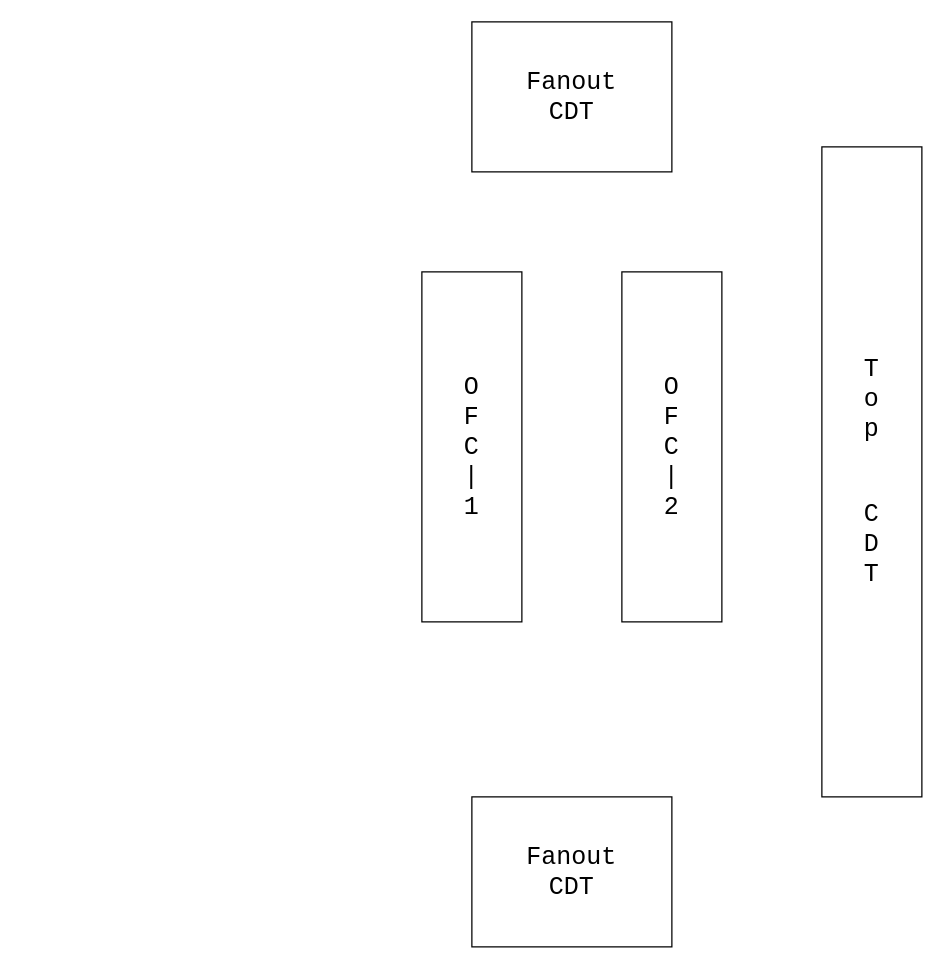
Earlier version of the draw.io diagram DAQ_Trigger_System_View_Diagram.drawio (bai-ytluo/Chicago_Electronics). Source tidied: cells renumbered, new cells numbered last; positions are measured from the earlier drawing's top-left corner, leaving out a move shared by most shapes. Both pictures are drawn from the tidied source at 125%, with x=0, y=0 at pixel (421, 21).
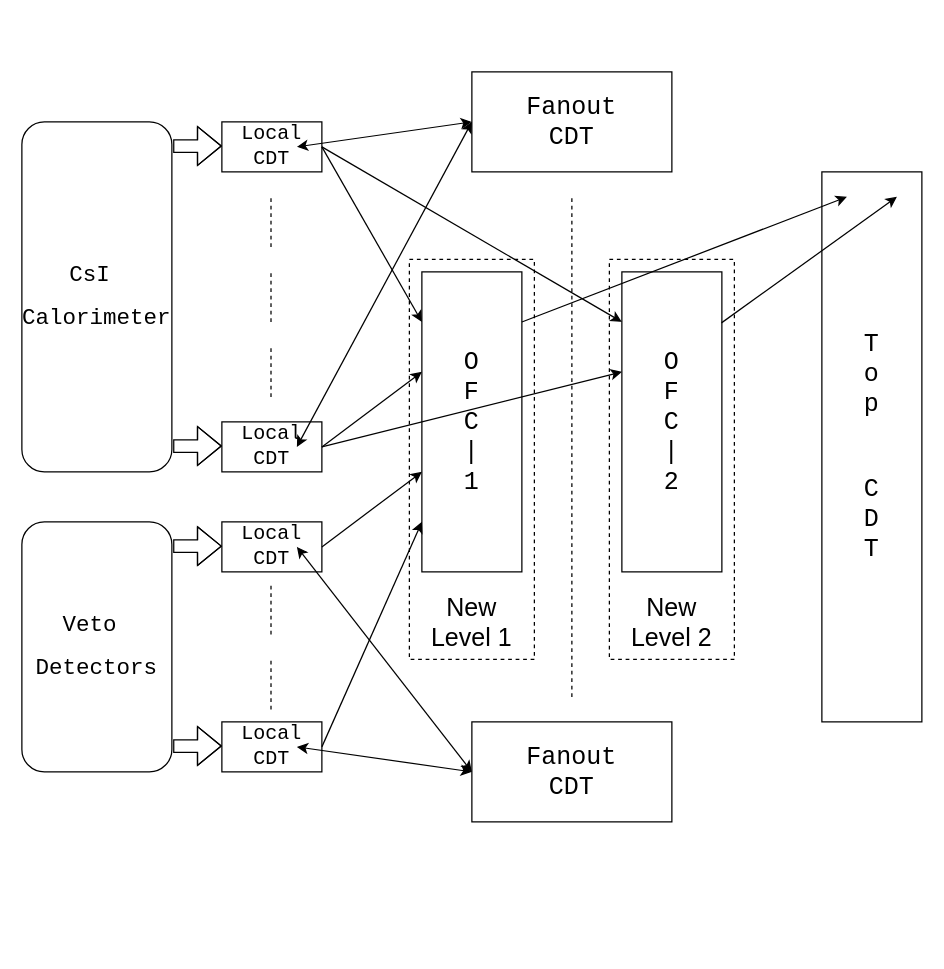
Above is the later version.

Change to the diagram source:
```diff
@@
     <mxCell id="2" value="&lt;pre style=&quot;font-size: 20px&quot;&gt;O&lt;br&gt;F&lt;br&gt;C&lt;br&gt;|&lt;br&gt;1&lt;/pre&gt;" style="rounded=0;whiteSpace=wrap;html=1;" parent="1" vertex="1">
-      <mxGeometry y="200" width="80" height="280" as="geometry" />
+      <mxGeometry y="200" width="80" height="240" as="geometry" />
     </mxCell>
     <mxCell id="3" value="&lt;pre style=&quot;font-size: 20px&quot;&gt;O&lt;br&gt;F&lt;br&gt;C&lt;br&gt;|&lt;br&gt;2&lt;/pre&gt;" style="rounded=0;whiteSpace=wrap;html=1;" parent="1" vertex="1">
-      <mxGeometry x="160" y="200" width="80" height="280" as="geometry" />
+      <mxGeometry x="160" y="200" width="80" height="240" as="geometry" />
     </mxCell>
     <mxCell id="4" value="&lt;pre style=&quot;font-size: 20px&quot;&gt;T&lt;br&gt;o&lt;br&gt;p&lt;/pre&gt;&lt;pre style=&quot;font-size: 20px&quot;&gt;&lt;br&gt;C&lt;br&gt;D&lt;br&gt;T&lt;/pre&gt;" style="rounded=0;whiteSpace=wrap;html=1;" parent="1" vertex="1">
-      <mxGeometry x="320" y="100" width="80" height="520" as="geometry" />
+      <mxGeometry x="320" y="120" width="80" height="440" as="geometry" />
     </mxCell>
     <mxCell id="5" value="&lt;pre style=&quot;font-size: 20px&quot;&gt;Fanout&lt;br&gt;CDT&lt;/pre&gt;" style="rounded=0;whiteSpace=wrap;html=1;" parent="1" vertex="1">
-      <mxGeometry x="40" width="160" height="120" as="geometry" />
+      <mxGeometry x="40" y="40" width="160" height="80" as="geometry" />
     </mxCell>
     <mxCell id="6" value="&lt;pre style=&quot;font-size: 20px&quot;&gt;Fanout&lt;br&gt;CDT&lt;/pre&gt;" style="rounded=0;whiteSpace=wrap;html=1;" parent="1" vertex="1">
-      <mxGeometry x="40" y="620" width="160" height="120" as="geometry" />
+      <mxGeometry x="40" y="560" width="160" height="80" as="geometry" />
     </mxCell>
+    <mxCell id="7" style="edgeStyle=orthogonalEdgeStyle;rounded=0;orthogonalLoop=1;jettySize=auto;html=1;exitX=0.5;exitY=1;exitDx=0;exitDy=0;" parent="1" edge="1" source="4" target="4">
+      <mxGeometry relative="1" as="geometry" />
+    </mxCell>
+    <mxCell id="8" value="&lt;pre style=&quot;font-size: 16px&quot;&gt;Local&lt;br&gt;CDT&lt;/pre&gt;" style="rounded=0;whiteSpace=wrap;html=1;" parent="1" vertex="1">
+      <mxGeometry x="-160" y="80" width="80" height="40" as="geometry" />
+    </mxCell>
+    <mxCell id="9" value="&lt;pre style=&quot;font-size: 16px&quot;&gt;Local&lt;br&gt;CDT&lt;/pre&gt;" style="rounded=0;whiteSpace=wrap;html=1;" parent="1" vertex="1">
+      <mxGeometry x="-160" y="320" width="80" height="40" as="geometry" />
+    </mxCell>
+    <mxCell id="10" value="&lt;pre style=&quot;font-size: 16px&quot;&gt;Local&lt;br&gt;CDT&lt;/pre&gt;" style="rounded=0;whiteSpace=wrap;html=1;" parent="1" vertex="1">
+      <mxGeometry x="-160" y="400" width="80" height="40" as="geometry" />
+    </mxCell>
+    <mxCell id="11" value="&lt;pre style=&quot;font-size: 16px&quot;&gt;Local&lt;br&gt;CDT&lt;/pre&gt;" style="rounded=0;whiteSpace=wrap;html=1;" parent="1" vertex="1">
+      <mxGeometry x="-160" y="560" width="80" height="40" as="geometry" />
+    </mxCell>
+    <mxCell id="12" style="endArrow=none;dashed=1;html=1;" parent="1" edge="1">
+      <mxGeometry relative="1" as="geometry">
+        <mxPoint x="-120.7" y="180" as="sourcePoint" />
+        <mxPoint x="-120.7" y="140" as="targetPoint" />
+      </mxGeometry>
+    </mxCell>
+    <mxCell id="13" style="endArrow=none;dashed=1;html=1;" parent="1" edge="1">
+      <mxGeometry relative="1" as="geometry">
+        <mxPoint x="-120.7" y="300" as="sourcePoint" />
+        <mxPoint x="-120.7" y="260" as="targetPoint" />
+      </mxGeometry>
+    </mxCell>
+    <mxCell id="14" style="endArrow=none;dashed=1;html=1;" parent="1" edge="1">
+      <mxGeometry relative="1" as="geometry">
+        <mxPoint x="-120.7" y="490" as="sourcePoint" />
+        <mxPoint x="-120.7" y="450" as="targetPoint" />
+      </mxGeometry>
+    </mxCell>
+    <mxCell id="15" style="endArrow=none;dashed=1;html=1;" parent="1" edge="1">
+      <mxGeometry relative="1" as="geometry">
+        <mxPoint x="-120.7" y="240" as="sourcePoint" />
+        <mxPoint x="-120.7" y="200" as="targetPoint" />
+      </mxGeometry>
+    </mxCell>
+    <mxCell id="16" style="endArrow=none;dashed=1;html=1;" parent="1" edge="1">
+      <mxGeometry relative="1" as="geometry">
+        <mxPoint x="-120.7" y="550" as="sourcePoint" />
+        <mxPoint x="-120.7" y="510" as="targetPoint" />
+      </mxGeometry>
+    </mxCell>
+    <mxCell id="17" value="&lt;pre&gt;&lt;font style=&quot;font-size: 18px&quot;&gt;CsI &lt;/font&gt;&lt;/pre&gt;&lt;pre&gt;&lt;font style=&quot;font-size: 18px&quot;&gt;Calorimeter&lt;/font&gt;&lt;/pre&gt;" style="rounded=1;whiteSpace=wrap;html=1;" parent="1" vertex="1">
+      <mxGeometry x="-320" y="80" width="120" height="280" as="geometry" />
+    </mxCell>
+    <mxCell id="18" value="&lt;pre&gt;&lt;font style=&quot;font-size: 18px&quot;&gt;Veto &lt;/font&gt;&lt;/pre&gt;&lt;pre&gt;&lt;font style=&quot;font-size: 18px&quot;&gt;Detectors&lt;/font&gt;&lt;/pre&gt;" style="rounded=1;whiteSpace=wrap;html=1;" parent="1" vertex="1">
+      <mxGeometry x="-320" y="400" width="120" height="200" as="geometry" />
+    </mxCell>
+    <mxCell id="19" style="edgeStyle=orthogonalEdgeStyle;rounded=0;orthogonalLoop=1;jettySize=auto;html=1;startArrow=none;startFill=0;endArrow=block;endFill=0;shape=flexArrow;" parent="1" edge="1">
+      <mxGeometry relative="1" as="geometry">
+        <mxPoint x="-199" y="99.3" as="sourcePoint" />
+        <mxPoint x="-160" y="99.3" as="targetPoint" />
+        <Array as="points">
+          <mxPoint x="-180" y="99.3" />
+          <mxPoint x="-180" y="99.3" />
+        </Array>
+      </mxGeometry>
+    </mxCell>
+    <mxCell id="20" style="edgeStyle=orthogonalEdgeStyle;rounded=0;orthogonalLoop=1;jettySize=auto;html=1;startArrow=none;startFill=0;endArrow=block;endFill=0;shape=flexArrow;" parent="1" edge="1">
+      <mxGeometry relative="1" as="geometry">
+        <mxPoint x="-199" y="339.3" as="sourcePoint" />
+        <mxPoint x="-160" y="339.3" as="targetPoint" />
+        <Array as="points">
+          <mxPoint x="-180" y="339.3" />
+          <mxPoint x="-180" y="339.3" />
+        </Array>
+      </mxGeometry>
+    </mxCell>
+    <mxCell id="21" style="edgeStyle=orthogonalEdgeStyle;rounded=0;orthogonalLoop=1;jettySize=auto;html=1;startArrow=none;startFill=0;endArrow=block;endFill=0;shape=flexArrow;" parent="1" edge="1">
+      <mxGeometry relative="1" as="geometry">
+        <mxPoint x="-199" y="419.4" as="sourcePoint" />
+        <mxPoint x="-160" y="419.4" as="targetPoint" />
+        <Array as="points">
+          <mxPoint x="-180" y="419.4" />
+          <mxPoint x="-180" y="419.4" />
+        </Array>
+      </mxGeometry>
+    </mxCell>
+    <mxCell id="22" style="edgeStyle=orthogonalEdgeStyle;rounded=0;orthogonalLoop=1;jettySize=auto;html=1;startArrow=none;startFill=0;endArrow=block;endFill=0;shape=flexArrow;" parent="1" edge="1">
+      <mxGeometry relative="1" as="geometry">
+        <mxPoint x="-199" y="579.3" as="sourcePoint" />
+        <mxPoint x="-160" y="579.3" as="targetPoint" />
+        <Array as="points">
+          <mxPoint x="-180" y="579.3" />
+          <mxPoint x="-180" y="579.3" />
+        </Array>
+      </mxGeometry>
+    </mxCell>
+    <mxCell id="23" style="endArrow=classic;html=1;exitX=1;exitY=0.5;exitDx=0;exitDy=0;" parent="1" edge="1" source="8">
+      <mxGeometry relative="1" as="geometry">
+        <mxPoint y="240" as="targetPoint" />
+      </mxGeometry>
+    </mxCell>
+    <mxCell id="24" style="endArrow=classic;html=1;exitX=1;exitY=0.5;exitDx=0;exitDy=0;" parent="1" edge="1" source="9">
+      <mxGeometry relative="1" as="geometry">
+        <mxPoint y="280" as="targetPoint" />
+      </mxGeometry>
+    </mxCell>
+    <mxCell id="25" style="endArrow=none;dashed=1;html=1;" parent="1" edge="1">
+      <mxGeometry relative="1" as="geometry">
+        <mxPoint x="120" y="540" as="sourcePoint" />
+        <mxPoint x="120" y="140" as="targetPoint" />
+      </mxGeometry>
+    </mxCell>
+    <mxCell id="26" style="endArrow=classic;html=1;exitX=1;exitY=0.5;exitDx=0;exitDy=0;" parent="1" edge="1" source="10">
+      <mxGeometry relative="1" as="geometry">
+        <mxPoint y="360" as="targetPoint" />
+      </mxGeometry>
+    </mxCell>
+    <mxCell id="27" style="endArrow=classic;html=1;exitX=1;exitY=0.5;exitDx=0;exitDy=0;" parent="1" edge="1" source="11">
+      <mxGeometry relative="1" as="geometry">
+        <mxPoint y="400" as="targetPoint" />
+      </mxGeometry>
+    </mxCell>
+    <mxCell id="28" style="endArrow=classic;html=1;exitX=1;exitY=0.5;exitDx=0;exitDy=0;" parent="1" edge="1" source="8">
+      <mxGeometry relative="1" as="geometry">
+        <mxPoint x="160" y="240" as="targetPoint" />
+      </mxGeometry>
+    </mxCell>
+    <mxCell id="29" style="endArrow=classic;html=1;exitX=1;exitY=0.5;exitDx=0;exitDy=0;" parent="1" edge="1" source="9">
+      <mxGeometry relative="1" as="geometry">
+        <mxPoint x="160" y="280" as="targetPoint" />
+      </mxGeometry>
+    </mxCell>
+    <mxCell id="30" value="&lt;font style=&quot;font-size: 20px&quot;&gt;New Level 1&lt;/font&gt;" style="text;html=1;strokeColor=none;fillColor=none;align=center;verticalAlign=middle;whiteSpace=wrap;rounded=0;" parent="1" vertex="1">
+      <mxGeometry y="460" width="80" height="40" as="geometry" />
+    </mxCell>
+    <mxCell id="31" value="&lt;font style=&quot;font-size: 20px&quot;&gt;New Level 2&lt;/font&gt;" style="text;html=1;strokeColor=none;fillColor=none;align=center;verticalAlign=middle;whiteSpace=wrap;rounded=0;" parent="1" vertex="1">
+      <mxGeometry x="160" y="460" width="80" height="40" as="geometry" />
+    </mxCell>
+    <mxCell id="32" style="endArrow=classic;html=1;exitX=1;exitY=0.167;exitDx=0;exitDy=0;exitPerimeter=0;" parent="1" edge="1" source="2">
+      <mxGeometry relative="1" as="geometry">
+        <mxPoint x="340" y="140" as="targetPoint" />
+      </mxGeometry>
+    </mxCell>
+    <mxCell id="33" style="endArrow=classic;html=1;exitX=0.996;exitY=0.17;exitDx=0;exitDy=0;exitPerimeter=0;" parent="1" edge="1" source="3">
+      <mxGeometry relative="1" as="geometry">
+        <mxPoint x="380" y="140" as="targetPoint" />
+      </mxGeometry>
+    </mxCell>
+    <mxCell id="34" style="endArrow=classic;html=1;entryX=0;entryY=0.5;entryDx=0;entryDy=0;startArrow=classic;startFill=1;" parent="1" edge="1" target="5">
+      <mxGeometry relative="1" as="geometry">
+        <mxPoint x="-100" y="100" as="sourcePoint" />
+      </mxGeometry>
+    </mxCell>
+    <mxCell id="35" style="endArrow=classic;html=1;startArrow=classic;startFill=1;entryX=0;entryY=0.5;entryDx=0;entryDy=0;" parent="1" edge="1" target="5">
+      <mxGeometry relative="1" as="geometry">
+        <mxPoint x="-100" y="340" as="sourcePoint" />
+      </mxGeometry>
+    </mxCell>
+    <mxCell id="36" style="endArrow=classic;html=1;entryX=0;entryY=0.5;entryDx=0;entryDy=0;startArrow=classic;startFill=1;" parent="1" edge="1" target="6">
+      <mxGeometry relative="1" as="geometry">
+        <mxPoint x="-100" y="420" as="sourcePoint" />
+      </mxGeometry>
+    </mxCell>
+    <mxCell id="37" style="endArrow=classic;html=1;startArrow=classic;startFill=1;entryX=0;entryY=0.5;entryDx=0;entryDy=0;" parent="1" edge="1" target="6">
+      <mxGeometry relative="1" as="geometry">
+        <mxPoint x="-100" y="580" as="sourcePoint" />
+      </mxGeometry>
+    </mxCell>
+    <mxCell id="38" style="rounded=0;whiteSpace=wrap;html=1;fillColor=none;dashed=1;" parent="1" vertex="1">
+      <mxGeometry x="-10" y="190" width="100" height="320" as="geometry" />
+    </mxCell>
+    <mxCell id="39" style="rounded=0;whiteSpace=wrap;html=1;fillColor=none;dashed=1;" parent="1" vertex="1">
+      <mxGeometry x="150" y="190" width="100" height="320" as="geometry" />
+    </mxCell>
```
